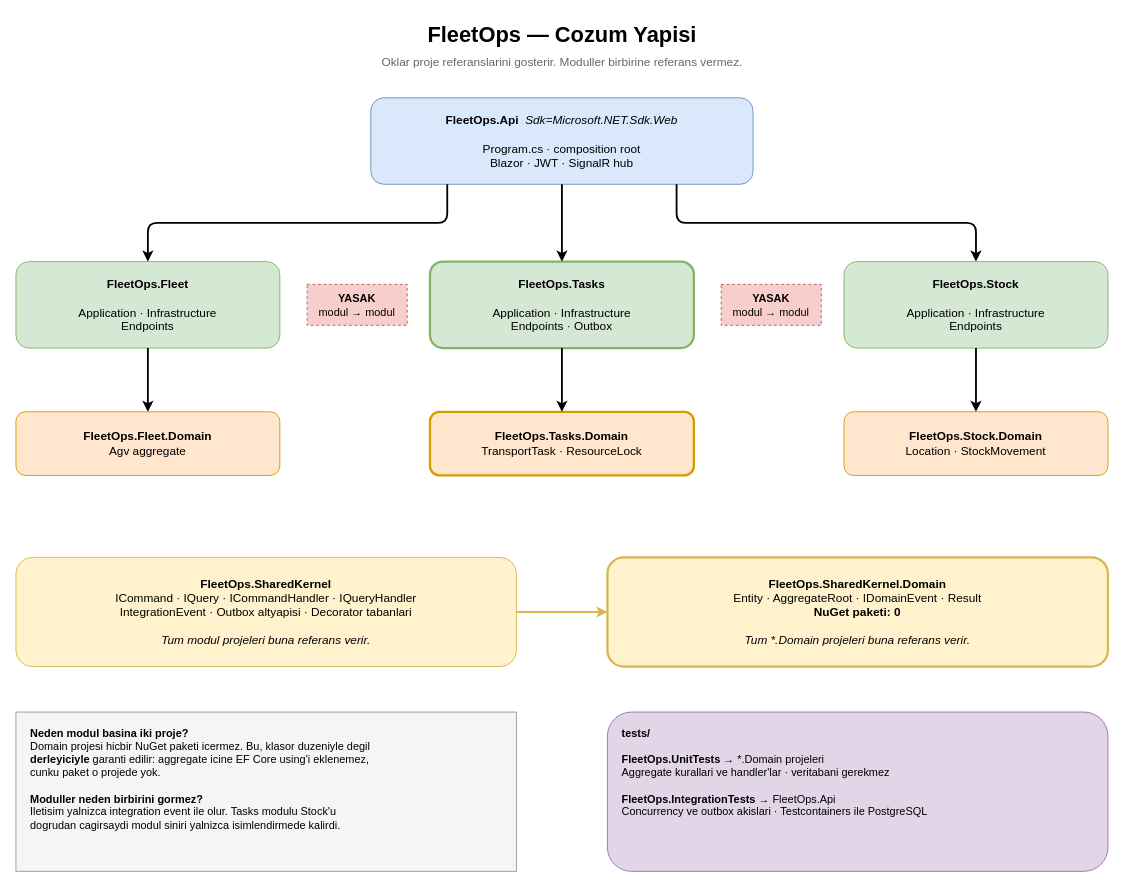
Before: page "Cozum Yapisi" (2 of 5) of docs/architecture.drawio in SenaKocaslan/fleetops, a draw.io diagram. Source tidied: cells renumbered, new cells numbered last; positions are measured from the earlier drawing's top-left corner, leaving out a move shared by most shapes. Both pictures are drawn from the tidied source at 91%, with x=0, y=0 at pixel (15, 15).
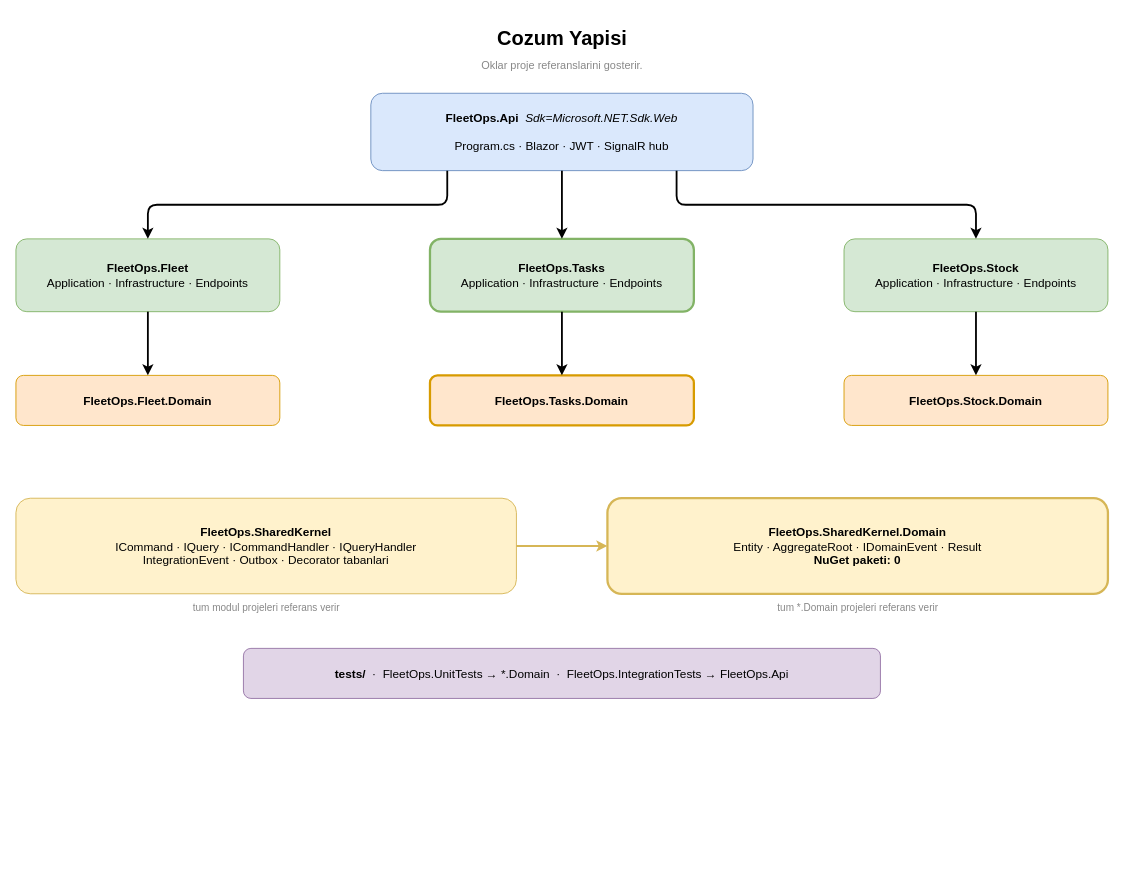
Above is the later version.

The edit, as a diff of the source:
```diff
@@
-    <mxCell id="2" value="FleetOps — Cozum Yapisi" style="text;html=1;fontSize=24;fontStyle=1;align=center;" parent="1" vertex="1">
-      <mxGeometry x="300" width="600" height="40" as="geometry" />
+    <mxCell id="2" value="Cozum Yapisi" style="text;html=1;fontSize=22;fontStyle=1;align=center;" parent="1" vertex="1">
+      <mxGeometry x="300" y="5" width="600" height="36" as="geometry" />
     </mxCell>
-    <mxCell id="3" value="Oklar proje referanslarini gosterir. Moduller birbirine referans vermez." style="text;html=1;fontSize=13;align=center;fontColor=#666666;" parent="1" vertex="1">
-      <mxGeometry x="300" y="37" width="600" height="24" as="geometry" />
+    <mxCell id="3" value="Oklar proje referanslarini gosterir." style="text;html=1;fontSize=12;align=center;fontColor=#888888;" parent="1" vertex="1">
+      <mxGeometry x="300" y="41" width="600" height="22" as="geometry" />
     </mxCell>
-    <mxCell id="4" value="&lt;b&gt;FleetOps.Api&lt;/b&gt;  &lt;i&gt;Sdk=Microsoft.NET.Sdk.Web&lt;/i&gt;&lt;br&gt;&lt;br&gt;Program.cs · composition root&lt;br&gt;Blazor · JWT · SignalR hub" style="rounded=1;whiteSpace=wrap;html=1;fillColor=#dae8fc;strokeColor=#6c8ebf;fontSize=13;verticalAlign=middle;" parent="1" vertex="1">
-      <mxGeometry x="390" y="90" width="420" height="95" as="geometry" />
+    <mxCell id="4" value="&lt;b&gt;FleetOps.Api&lt;/b&gt;  &lt;i&gt;Sdk=Microsoft.NET.Sdk.Web&lt;/i&gt;&lt;br&gt;&lt;br&gt;Program.cs · Blazor · JWT · SignalR hub" style="rounded=1;whiteSpace=wrap;html=1;fillColor=#dae8fc;strokeColor=#6c8ebf;fontSize=13;" parent="1" vertex="1">
+      <mxGeometry x="390" y="85" width="420" height="85" as="geometry" />
     </mxCell>
-    <mxCell id="5" value="&lt;b&gt;FleetOps.Fleet&lt;/b&gt;&lt;br&gt;&lt;br&gt;Application · Infrastructure&lt;br&gt;Endpoints" style="rounded=1;whiteSpace=wrap;html=1;fillColor=#d5e8d4;strokeColor=#82b366;fontSize=13;" parent="1" vertex="1">
-      <mxGeometry y="270" width="290" height="95" as="geometry" />
+    <mxCell id="5" value="&lt;b&gt;FleetOps.Fleet&lt;/b&gt;&lt;br&gt;Application · Infrastructure · Endpoints" style="rounded=1;whiteSpace=wrap;html=1;fillColor=#d5e8d4;strokeColor=#82b366;fontSize=13;" parent="1" vertex="1">
+      <mxGeometry y="245" width="290" height="80" as="geometry" />
     </mxCell>
-    <mxCell id="6" value="&lt;b&gt;FleetOps.Tasks&lt;/b&gt;&lt;br&gt;&lt;br&gt;Application · Infrastructure&lt;br&gt;Endpoints · Outbox" style="rounded=1;whiteSpace=wrap;html=1;fillColor=#d5e8d4;strokeColor=#82b366;fontSize=13;strokeWidth=2.5;" parent="1" vertex="1">
-      <mxGeometry x="455" y="270" width="290" height="95" as="geometry" />
+    <mxCell id="6" value="&lt;b&gt;FleetOps.Tasks&lt;/b&gt;&lt;br&gt;Application · Infrastructure · Endpoints" style="rounded=1;whiteSpace=wrap;html=1;fillColor=#d5e8d4;strokeColor=#82b366;fontSize=13;strokeWidth=2.5;" parent="1" vertex="1">
+      <mxGeometry x="455" y="245" width="290" height="80" as="geometry" />
     </mxCell>
-    <mxCell id="7" value="&lt;b&gt;FleetOps.Stock&lt;/b&gt;&lt;br&gt;&lt;br&gt;Application · Infrastructure&lt;br&gt;Endpoints" style="rounded=1;whiteSpace=wrap;html=1;fillColor=#d5e8d4;strokeColor=#82b366;fontSize=13;" parent="1" vertex="1">
-      <mxGeometry x="910" y="270" width="290" height="95" as="geometry" />
+    <mxCell id="7" value="&lt;b&gt;FleetOps.Stock&lt;/b&gt;&lt;br&gt;Application · Infrastructure · Endpoints" style="rounded=1;whiteSpace=wrap;html=1;fillColor=#d5e8d4;strokeColor=#82b366;fontSize=13;" parent="1" vertex="1">
+      <mxGeometry x="910" y="245" width="290" height="80" as="geometry" />
     </mxCell>
-    <mxCell id="8" value="&lt;b&gt;YASAK&lt;/b&gt;&lt;br&gt;modul → modul" style="rounded=0;whiteSpace=wrap;html=1;fillColor=#f8cecc;strokeColor=#b85450;fontSize=12;dashed=1;" parent="1" vertex="1">
-      <mxGeometry x="320" y="295" width="110" height="45" as="geometry" />
-    </mxCell>
-    <mxCell id="9" value="&lt;b&gt;YASAK&lt;/b&gt;&lt;br&gt;modul → modul" style="rounded=0;whiteSpace=wrap;html=1;fillColor=#f8cecc;strokeColor=#b85450;fontSize=12;dashed=1;" parent="1" vertex="1">
-      <mxGeometry x="775" y="295" width="110" height="45" as="geometry" />
-    </mxCell>
-    <mxCell id="10" value="&lt;b&gt;FleetOps.Fleet.Domain&lt;/b&gt;&lt;br&gt;Agv aggregate" style="rounded=1;whiteSpace=wrap;html=1;fillColor=#ffe6cc;strokeColor=#d79b00;fontSize=13;" parent="1" vertex="1">
-      <mxGeometry y="435" width="290" height="70" as="geometry" />
+    <mxCell id="10" value="&lt;b&gt;FleetOps.Fleet.Domain&lt;/b&gt;" style="rounded=1;whiteSpace=wrap;html=1;fillColor=#ffe6cc;strokeColor=#d79b00;fontSize=13;" parent="1" vertex="1">
+      <mxGeometry y="395" width="290" height="55" as="geometry" />
     </mxCell>
-    <mxCell id="11" value="&lt;b&gt;FleetOps.Tasks.Domain&lt;/b&gt;&lt;br&gt;TransportTask · ResourceLock" style="rounded=1;whiteSpace=wrap;html=1;fillColor=#ffe6cc;strokeColor=#d79b00;fontSize=13;strokeWidth=2.5;" parent="1" vertex="1">
-      <mxGeometry x="455" y="435" width="290" height="70" as="geometry" />
+    <mxCell id="11" value="&lt;b&gt;FleetOps.Tasks.Domain&lt;/b&gt;" style="rounded=1;whiteSpace=wrap;html=1;fillColor=#ffe6cc;strokeColor=#d79b00;fontSize=13;strokeWidth=2.5;" parent="1" vertex="1">
+      <mxGeometry x="455" y="395" width="290" height="55" as="geometry" />
     </mxCell>
-    <mxCell id="12" value="&lt;b&gt;FleetOps.Stock.Domain&lt;/b&gt;&lt;br&gt;Location · StockMovement" style="rounded=1;whiteSpace=wrap;html=1;fillColor=#ffe6cc;strokeColor=#d79b00;fontSize=13;" parent="1" vertex="1">
-      <mxGeometry x="910" y="435" width="290" height="70" as="geometry" />
+    <mxCell id="12" value="&lt;b&gt;FleetOps.Stock.Domain&lt;/b&gt;" style="rounded=1;whiteSpace=wrap;html=1;fillColor=#ffe6cc;strokeColor=#d79b00;fontSize=13;" parent="1" vertex="1">
+      <mxGeometry x="910" y="395" width="290" height="55" as="geometry" />
     </mxCell>
-    <mxCell id="13" value="&lt;b&gt;FleetOps.SharedKernel&lt;/b&gt;&lt;br&gt;ICommand · IQuery · ICommandHandler · IQueryHandler&lt;br&gt;IntegrationEvent · Outbox altyapisi · Decorator tabanlari&lt;br&gt;&lt;br&gt;&lt;i&gt;Tum modul projeleri buna referans verir.&lt;/i&gt;" style="rounded=1;whiteSpace=wrap;html=1;fillColor=#fff2cc;strokeColor=#d6b656;fontSize=13;" parent="1" vertex="1">
-      <mxGeometry y="595" width="550" height="120" as="geometry" />
+    <mxCell id="13" value="&lt;b&gt;FleetOps.SharedKernel&lt;/b&gt;&lt;br&gt;ICommand · IQuery · ICommandHandler · IQueryHandler&lt;br&gt;IntegrationEvent · Outbox · Decorator tabanlari" style="rounded=1;whiteSpace=wrap;html=1;fillColor=#fff2cc;strokeColor=#d6b656;fontSize=13;" parent="1" vertex="1">
+      <mxGeometry y="530" width="550" height="105" as="geometry" />
     </mxCell>
-    <mxCell id="14" value="&lt;b&gt;FleetOps.SharedKernel.Domain&lt;/b&gt;&lt;br&gt;Entity · AggregateRoot · IDomainEvent · Result&lt;br&gt;&lt;b&gt;NuGet paketi: 0&lt;/b&gt;&lt;br&gt;&lt;br&gt;&lt;i&gt;Tum *.Domain projeleri buna referans verir.&lt;/i&gt;" style="rounded=1;whiteSpace=wrap;html=1;fillColor=#fff2cc;strokeColor=#d6b656;fontSize=13;strokeWidth=2.5;" parent="1" vertex="1">
-      <mxGeometry x="650" y="595" width="550" height="120" as="geometry" />
+    <mxCell id="14" value="&lt;b&gt;FleetOps.SharedKernel.Domain&lt;/b&gt;&lt;br&gt;Entity · AggregateRoot · IDomainEvent · Result&lt;br&gt;&lt;b&gt;NuGet paketi: 0&lt;/b&gt;" style="rounded=1;whiteSpace=wrap;html=1;fillColor=#fff2cc;strokeColor=#d6b656;fontSize=13;strokeWidth=2.5;" parent="1" vertex="1">
+      <mxGeometry x="650" y="530" width="550" height="105" as="geometry" />
     </mxCell>
@@
-    <mxCell id="22" value="&lt;b&gt;Neden modul basina iki proje?&lt;/b&gt;&lt;br&gt;Domain projesi hicbir NuGet paketi icermez. Bu, klasor duzeniyle degil&lt;br&gt;&lt;b&gt;derleyiciyle&lt;/b&gt; garanti edilir: aggregate icine EF Core using'i eklenemez,&lt;br&gt;cunku paket o projede yok.&lt;br&gt;&lt;br&gt;&lt;b&gt;Moduller neden birbirini gormez?&lt;/b&gt;&lt;br&gt;Iletisim yalnizca integration event ile olur. Tasks modulu Stock'u&lt;br&gt;dogrudan cagirsaydi modul siniri yalnizca isimlendirmede kalirdi." style="rounded=0;whiteSpace=wrap;html=1;fillColor=#f5f5f5;strokeColor=#999999;align=left;verticalAlign=top;spacingLeft=14;spacingTop=10;fontSize=12;" parent="1" vertex="1">
-      <mxGeometry y="765" width="550" height="175" as="geometry" />
-    </mxCell>
-    <mxCell id="23" value="&lt;b&gt;tests/&lt;/b&gt;&lt;br&gt;&lt;br&gt;&lt;b&gt;FleetOps.UnitTests&lt;/b&gt; → *.Domain projeleri&lt;br&gt;Aggregate kurallari ve handler'lar · veritabani gerekmez&lt;br&gt;&lt;br&gt;&lt;b&gt;FleetOps.IntegrationTests&lt;/b&gt; → FleetOps.Api&lt;br&gt;Concurrency ve outbox akislari · Testcontainers ile PostgreSQL" style="rounded=1;whiteSpace=wrap;html=1;fillColor=#e1d5e7;strokeColor=#9673a6;align=left;verticalAlign=top;spacingLeft=14;spacingTop=10;fontSize=12;" parent="1" vertex="1">
-      <mxGeometry x="650" y="765" width="550" height="175" as="geometry" />
-    </mxCell>
+    <mxCell id="24" value="tum modul projeleri referans verir" style="text;html=1;fontSize=11;align=center;fontColor=#888888;" parent="1" vertex="1">
+      <mxGeometry y="637" width="550" height="20" as="geometry" />
+    </mxCell>
+    <mxCell id="25" value="tum *.Domain projeleri referans verir" style="text;html=1;fontSize=11;align=center;fontColor=#888888;" parent="1" vertex="1">
+      <mxGeometry x="650" y="637" width="550" height="20" as="geometry" />
+    </mxCell>
+    <mxCell id="26" value="&lt;b&gt;tests/&lt;/b&gt;  ·  FleetOps.UnitTests → *.Domain  ·  FleetOps.IntegrationTests → FleetOps.Api" style="rounded=1;whiteSpace=wrap;html=1;fillColor=#e1d5e7;strokeColor=#9673a6;fontSize=13;" parent="1" vertex="1">
+      <mxGeometry x="250" y="695" width="700" height="55" as="geometry" />
+    </mxCell>
```
